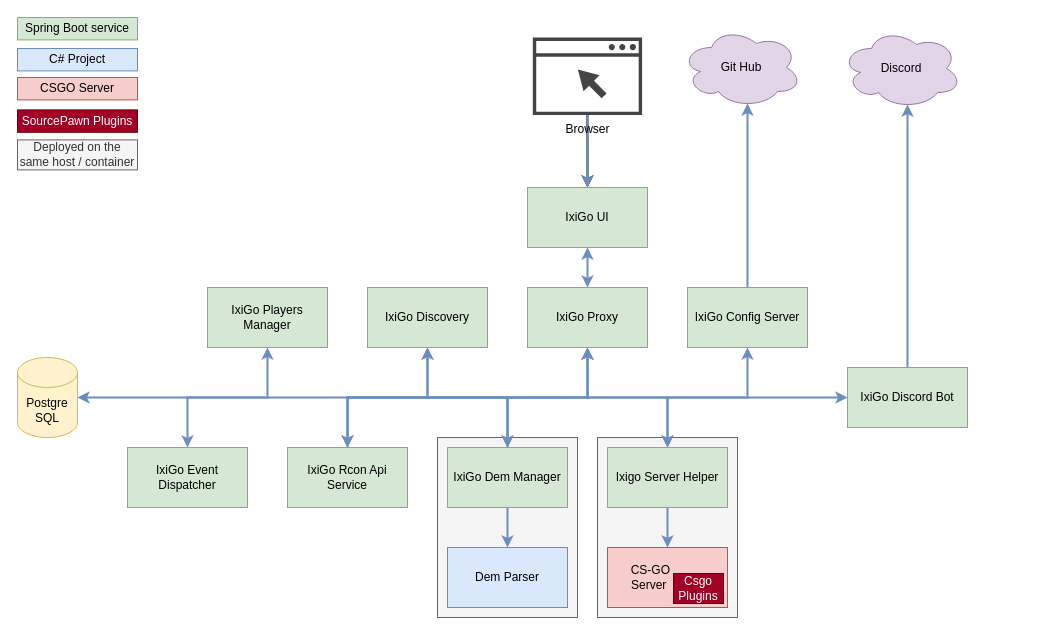
marcosolina/csgo_util keeps this draw.io diagram as misc/pictures/Services Diagram.drawio. Above is the earlier version. Source tidied: cells renumbered, new cells numbered last; positions are measured from the earlier drawing's top-left corner, leaving out a move shared by most shapes. Both pictures are drawn from the tidied source at 100%, with x=0, y=0 at pixel (17, 17).
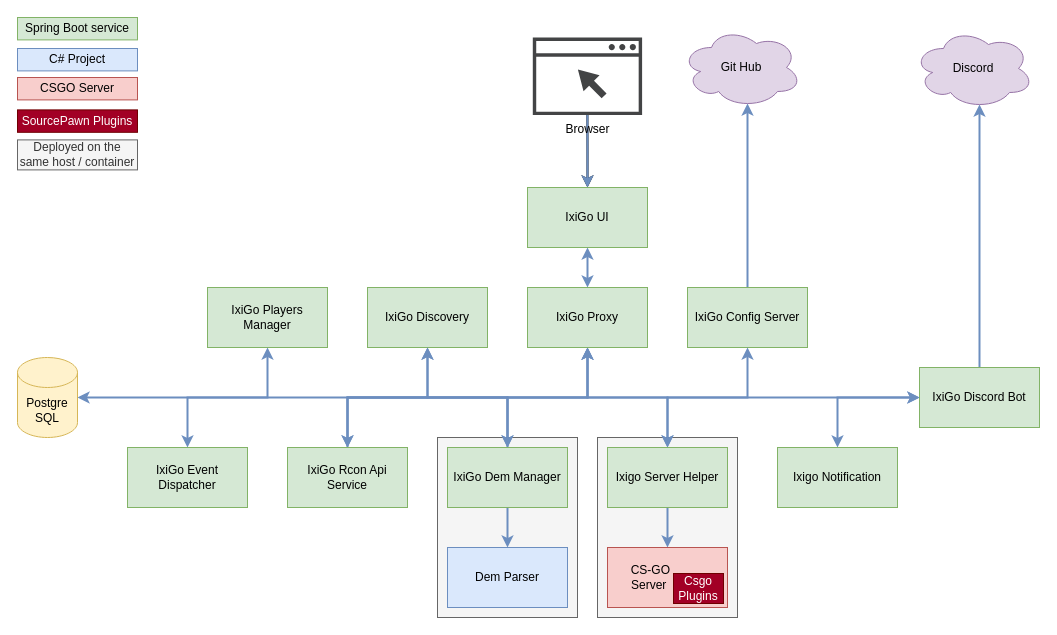
The same page after the edit.

Change to the diagram source:
```diff
@@
     <mxCell id="8" value="IxiGo Discord Bot" style="rounded=0;whiteSpace=wrap;html=1;fillColor=#d5e8d4;strokeColor=#82b366;" parent="1" vertex="1">
-      <mxGeometry x="830" y="350" width="120" height="60" as="geometry" />
+      <mxGeometry x="902" y="350" width="120" height="60" as="geometry" />
     </mxCell>
@@
     <mxCell id="31" value="Discord" style="ellipse;shape=cloud;whiteSpace=wrap;html=1;fillColor=#e1d5e7;strokeColor=#9673a6;" parent="1" vertex="1">
-      <mxGeometry x="824" y="11" width="120" height="80" as="geometry" />
+      <mxGeometry x="896" y="11" width="120" height="80" as="geometry" />
     </mxCell>
@@
+    <mxCell id="42" style="edgeStyle=orthogonalEdgeStyle;rounded=0;jettySize=auto;html=1;exitX=0.5;exitY=0;exitDx=0;exitDy=0;entryX=0;entryY=0.5;entryDx=0;entryDy=0;fillColor=#dae8fc;strokeColor=#6c8ebf;strokeWidth=2;startArrow=classic;startFill=1;" parent="1" edge="1" source="43" target="8">
+      <mxGeometry relative="1" as="geometry" />
+    </mxCell>
+    <mxCell id="43" value="Ixigo Notification" style="rounded=0;whiteSpace=wrap;html=1;fillColor=#d5e8d4;strokeColor=#82b366;" parent="1" vertex="1">
+      <mxGeometry x="760" y="430" width="120" height="60" as="geometry" />
+    </mxCell>
```
